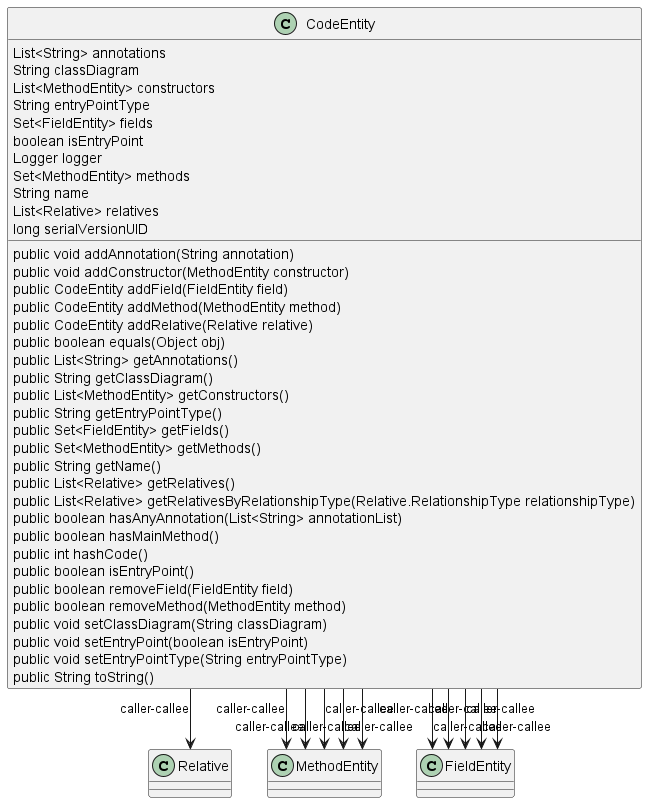
Above: javadoc/html/images/com_pjsoft_j2arch_core_model_CodeEntity.png in jags-programming/j2arch (PlantUML), before the change. Source of this version:
```plantuml
@startuml
skinparam linetype Ortho
class CodeEntity {
    List<String> annotations
    String classDiagram
    List<MethodEntity> constructors
    String entryPointType
    Set<FieldEntity> fields
    boolean isEntryPoint
    Logger logger
    Set<MethodEntity> methods
    String name
    List<Relative> relatives
    long serialVersionUID
    public void addAnnotation(String annotation)
    public void addConstructor(MethodEntity constructor)
    public CodeEntity addField(FieldEntity field)
    public CodeEntity addMethod(MethodEntity method)
    public CodeEntity addRelative(Relative relative)
    public boolean equals(Object obj)
    public List<String> getAnnotations()
    public String getClassDiagram()
    public List<MethodEntity> getConstructors()
    public String getEntryPointType()
    public Set<FieldEntity> getFields()
    public Set<MethodEntity> getMethods()
    public String getName()
    public List<Relative> getRelatives()
    public List<Relative> getRelativesByRelationshipType(Relative.RelationshipType relationshipType)
    public boolean hasAnyAnnotation(List<String> annotationList)
    public boolean hasMainMethod()
    public int hashCode()
    public boolean isEntryPoint()
    public boolean removeField(FieldEntity field)
    public boolean removeMethod(MethodEntity method)
    public void setClassDiagram(String classDiagram)
    public void setEntryPoint(boolean isEntryPoint)
    public void setEntryPointType(String entryPointType)
    public String toString()
}
CodeEntity --> Relative : caller-callee
CodeEntity --> MethodEntity : caller-callee
CodeEntity --> MethodEntity : caller-callee
CodeEntity --> MethodEntity : caller-callee
CodeEntity --> MethodEntity : caller-callee
CodeEntity --> FieldEntity : caller-callee
CodeEntity --> FieldEntity : caller-callee
CodeEntity --> FieldEntity : caller-callee
CodeEntity --> FieldEntity : caller-callee
CodeEntity --> MethodEntity : caller-callee
CodeEntity --> FieldEntity : caller-callee
@enduml
```
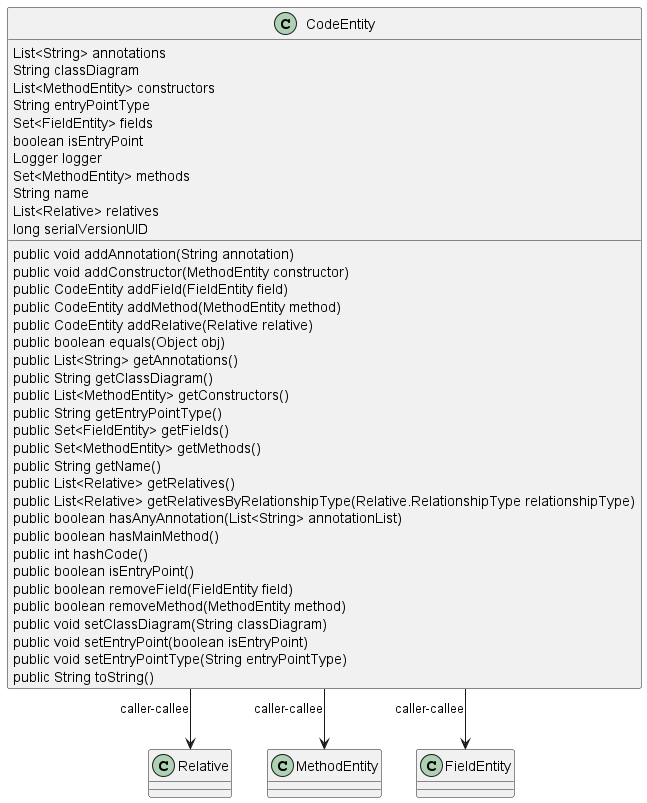
After the commit.

What changed in the source:
```diff
@@ -40,13 +40,5 @@
 }
 CodeEntity --> Relative : caller-callee
 CodeEntity --> MethodEntity : caller-callee
-CodeEntity --> MethodEntity : caller-callee
-CodeEntity --> MethodEntity : caller-callee
-CodeEntity --> MethodEntity : caller-callee
-CodeEntity --> FieldEntity : caller-callee
-CodeEntity --> FieldEntity : caller-callee
-CodeEntity --> FieldEntity : caller-callee
-CodeEntity --> FieldEntity : caller-callee
-CodeEntity --> MethodEntity : caller-callee
 CodeEntity --> FieldEntity : caller-callee
 @enduml
```
